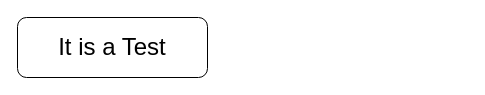
Above: test.drawio in violet-wdream/Drawio (draw.io), before the change. Source tidied: cells renumbered, new cells numbered last; positions are measured from the earlier drawing's top-left corner, leaving out a move shared by most shapes. Both pictures are drawn from the tidied source at 100%, with x=0, y=0 at pixel (17, 17).
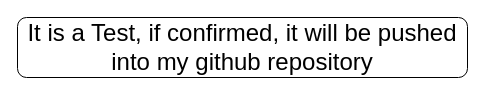
The same diagram, later.

What changed in the source:
```diff
@@
 <mxGraphModel>
   <root>
     <mxCell id="0" />
     <mxCell id="1" parent="0" />
-    <mxCell id="2" value="&lt;font style=&quot;font-size: 24px;&quot;&gt;It is a Test&lt;/font&gt;" style="rounded=1;whiteSpace=wrap;html=1;rotation=0;align=center;" parent="1" vertex="1">
-      <mxGeometry width="190" height="60" as="geometry" />
+    <mxCell id="2" value="&lt;font style=&quot;font-size: 24px;&quot;&gt;It is a Test, if confirmed, it will be pushed into my github repository&lt;/font&gt;" style="rounded=1;whiteSpace=wrap;html=1;rotation=0;align=center;" parent="1" vertex="1">
+      <mxGeometry width="450" height="60" as="geometry" />
     </mxCell>
   </root>
 </mxGraphModel>
```
